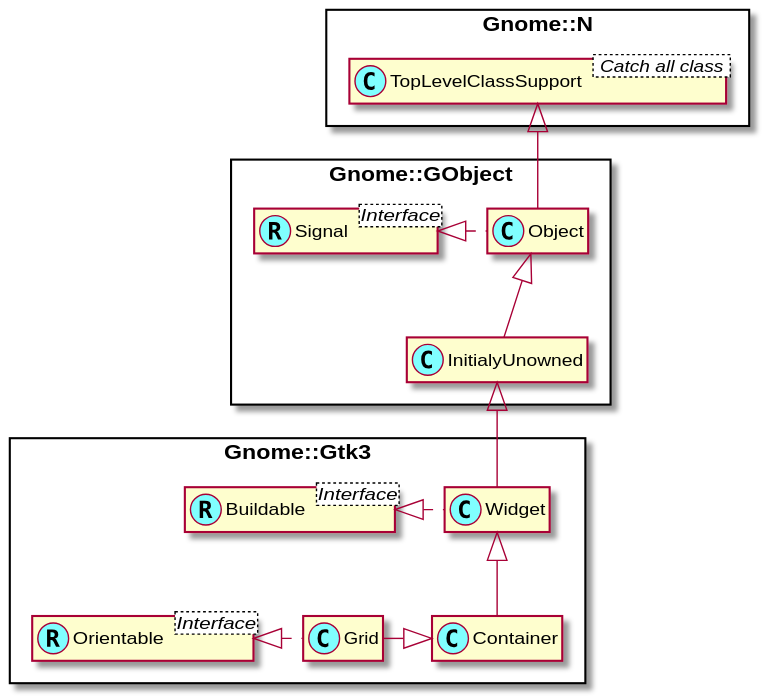
MARTIMM/gnome-gtk3 keeps this PlantUML diagram as docs/content-docs/reference/Gtk3/plantuml/Grid.svg. Above is the earlier version.
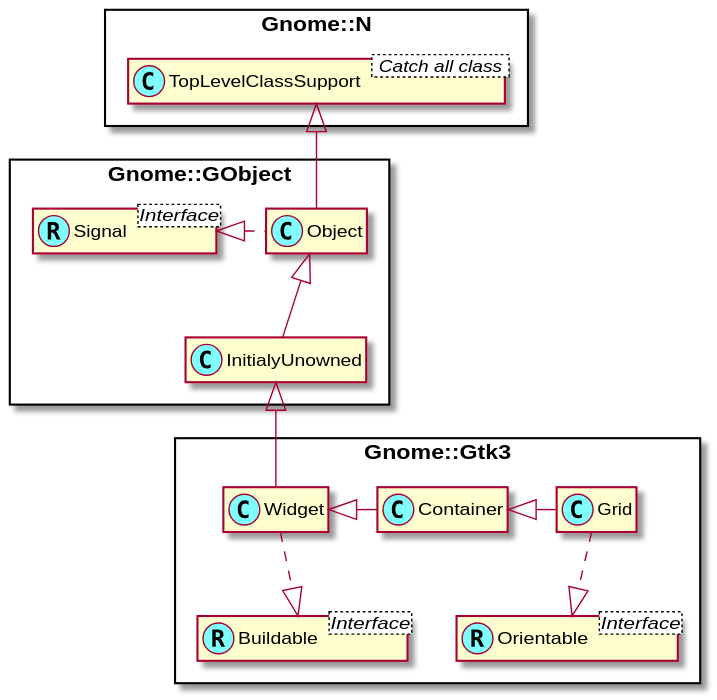
The same file after the commit.

Commit message:
methods sorted and improved uml diagram

Change to the diagram source:
```diff
@@ -22,9 +22,9 @@
 Gnome::GObject::Object <|-- Gnome::GObject::InitialyUnowned
 Gnome::GObject::Signal <|. Gnome::GObject::Object
 
-Gnome::Gtk3::Buildable <|. Gnome::Gtk3::Widget
-Gnome::Gtk3::Widget <|-- Gnome::Gtk3::Container
-Gnome::Gtk3::Grid -|> Gnome::Gtk3::Container
-Gnome::Gtk3::Orientable <|. Gnome::Gtk3::Grid
+Gnome::Gtk3::Widget ..|> Gnome::Gtk3::Buildable
+Gnome::Gtk3::Widget <|- Gnome::Gtk3::Container
+Gnome::Gtk3::Container <|- Gnome::Gtk3::Grid
+Gnome::Gtk3::Grid ..|> Gnome::Gtk3::Orientable
 
 @enduml
```
